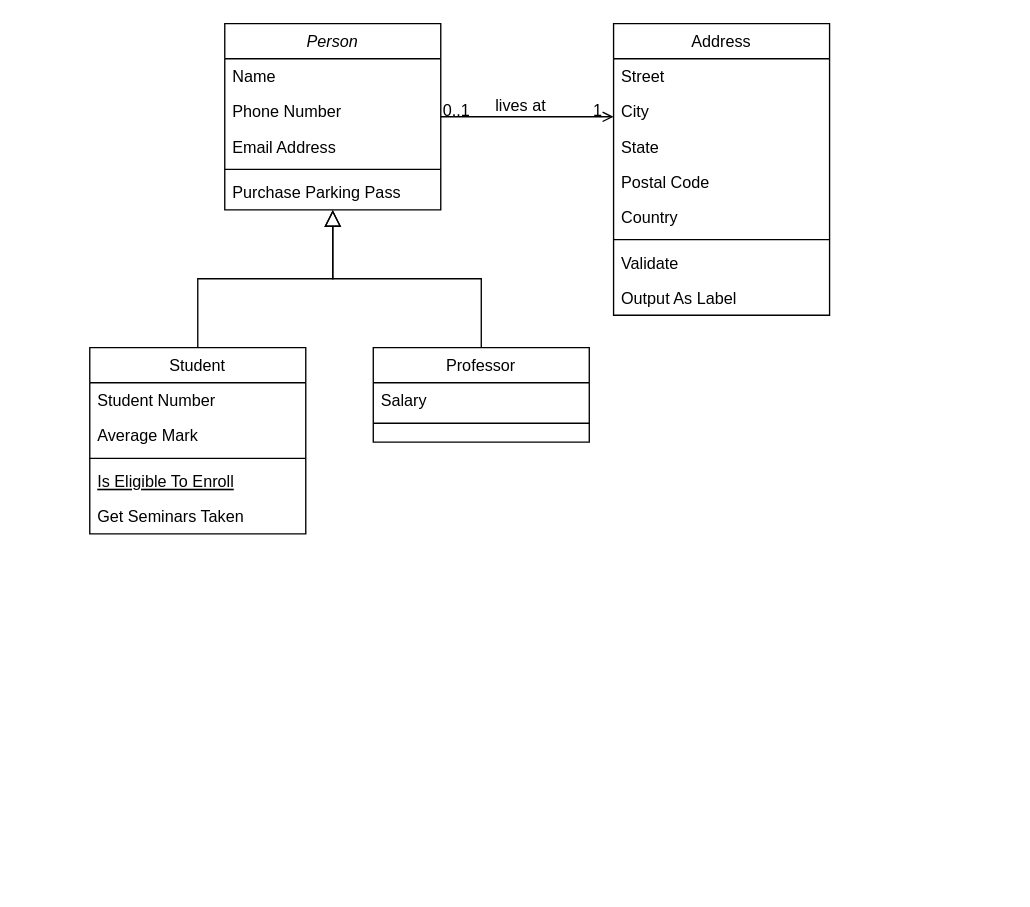
Above: sourcewetter.drawio in tetianaknyshenko/DataScience (draw.io), before the change. Source tidied: cells renumbered, new cells numbered last; positions are measured from the earlier drawing's top-left corner, leaving out a move shared by most shapes. Both pictures are drawn from the tidied source at 135%, with x=0, y=0 at pixel (89, 23).
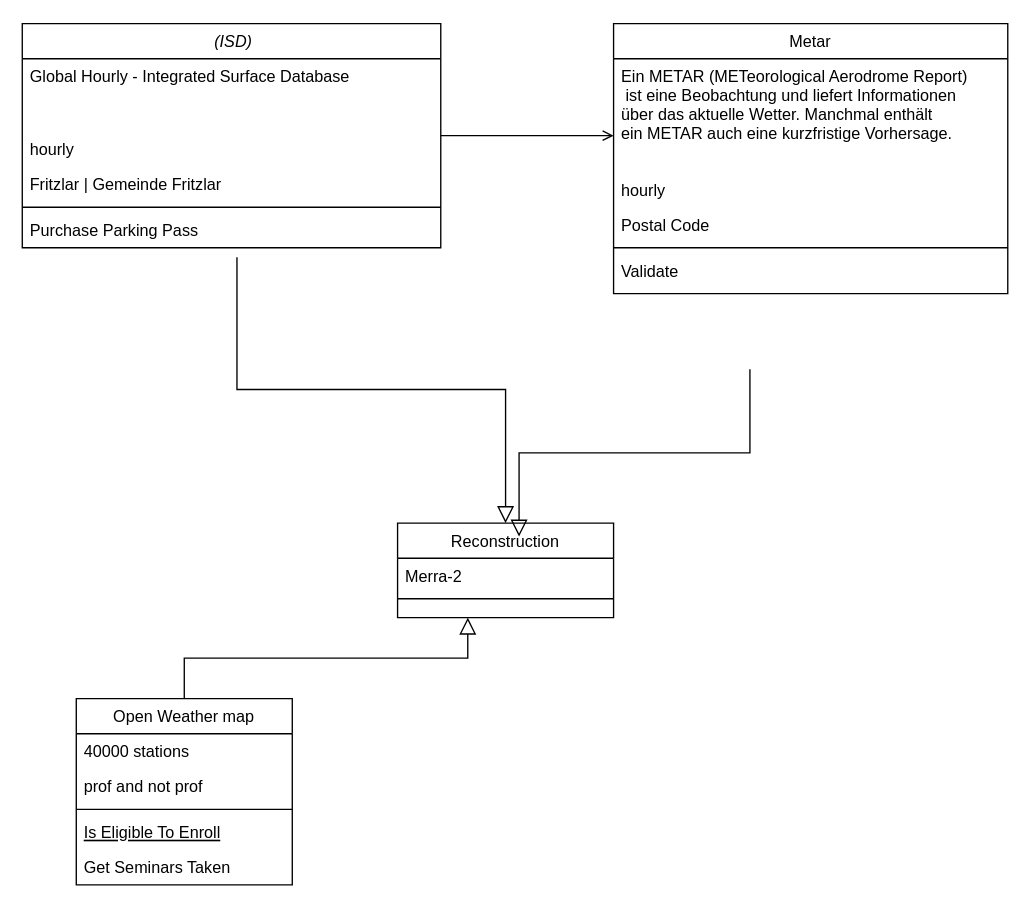
After the change.

Unchanged cells that the change refers to:
```xml
<mxCell id="28" style="endArrow=open;shadow=0;strokeWidth=1;rounded=0;endFill=1;edgeStyle=elbowEdgeStyle;elbow=vertical;" parent="1" edge="1" source="2" target="19">
  <mxGeometry x="0.5" y="41" relative="1" as="geometry">
    <mxPoint x="-40" y="32" as="offset" />
  </mxGeometry>
</mxCell>
```

Diff of the diagram source:
```diff
@@
-    <mxCell id="2" value="Person" style="swimlane;fontStyle=2;align=center;verticalAlign=top;horizontal=1;startSize=26;rounded=0;shadow=0;strokeWidth=1;" parent="1" vertex="1">
-      <mxGeometry x="100" width="160" height="138" as="geometry" />
+    <mxCell id="2" value=" (ISD)" style="swimlane;fontStyle=2;align=center;verticalAlign=top;horizontal=1;startSize=26;rounded=0;shadow=0;strokeWidth=1;" parent="1" vertex="1">
+      <mxGeometry x="-50" width="310" height="166" as="geometry" />
     </mxCell>
-    <mxCell id="3" value="Name" style="text;align=left;verticalAlign=top;spacingLeft=4;spacingRight=4;overflow=hidden;" parent="2" vertex="1">
-      <mxGeometry y="26" width="160" height="26" as="geometry" />
+    <mxCell id="3" value="Global Hourly - Integrated Surface Database" style="text;align=left;verticalAlign=top;spacingLeft=4;spacingRight=4;overflow=hidden;" parent="2" vertex="1">
+      <mxGeometry y="26" width="310" height="54" as="geometry" />
     </mxCell>
-    <mxCell id="4" value="Phone Number" style="text;align=left;verticalAlign=top;spacingLeft=4;spacingRight=4;overflow=hidden;rounded=0;shadow=0;html=0;" parent="2" vertex="1">
-      <mxGeometry y="52" width="160" height="26" as="geometry" />
+    <mxCell id="4" value="hourly" style="text;align=left;verticalAlign=top;spacingLeft=4;spacingRight=4;overflow=hidden;rounded=0;shadow=0;html=0;" parent="2" vertex="1">
+      <mxGeometry y="80" width="310" height="26" as="geometry" />
     </mxCell>
-    <mxCell id="5" value="Email Address" style="text;align=left;verticalAlign=top;spacingLeft=4;spacingRight=4;overflow=hidden;rounded=0;shadow=0;html=0;" parent="2" vertex="1">
-      <mxGeometry y="78" width="160" height="26" as="geometry" />
+    <mxCell id="5" value="Fritzlar | Gemeinde Fritzlar" style="text;align=left;verticalAlign=top;spacingLeft=4;spacingRight=4;overflow=hidden;rounded=0;shadow=0;html=0;" parent="2" vertex="1">
+      <mxGeometry y="106" width="310" height="26" as="geometry" />
     </mxCell>
     <mxCell id="6" style="line;html=1;strokeWidth=1;align=left;verticalAlign=middle;spacingTop=-1;spacingLeft=3;spacingRight=3;labelPosition=right;" parent="2" vertex="1">
-      <mxGeometry y="104" width="160" height="8" as="geometry" />
+      <mxGeometry y="132" width="310" height="8" as="geometry" />
     </mxCell>
     <mxCell id="7" value="Purchase Parking Pass" style="text;align=left;verticalAlign=top;spacingLeft=4;spacingRight=4;overflow=hidden;points=[[0,0.5],[1,0.5]];portConstraint=eastwest;" parent="2" vertex="1">
-      <mxGeometry y="112" width="160" height="26" as="geometry" />
+      <mxGeometry y="140" width="310" height="26" as="geometry" />
     </mxCell>
-    <mxCell id="8" value="Student" style="swimlane;fontStyle=0;align=center;verticalAlign=top;horizontal=1;startSize=26;rounded=0;shadow=0;strokeWidth=1;" parent="1" vertex="1">
-      <mxGeometry y="240" width="160" height="138" as="geometry" />
+    <mxCell id="8" value="Open Weather map" style="swimlane;fontStyle=0;align=center;verticalAlign=top;horizontal=1;startSize=26;rounded=0;shadow=0;strokeWidth=1;" parent="1" vertex="1">
+      <mxGeometry x="-10" y="500" width="160" height="138" as="geometry" />
     </mxCell>
-    <mxCell id="9" value="Student Number" style="text;align=left;verticalAlign=top;spacingLeft=4;spacingRight=4;overflow=hidden;" parent="8" vertex="1">
+    <mxCell id="9" value="40000 stations" style="text;align=left;verticalAlign=top;spacingLeft=4;spacingRight=4;overflow=hidden;" parent="8" vertex="1">
       <mxGeometry y="26" width="160" height="26" as="geometry" />
     </mxCell>
-    <mxCell id="10" value="Average Mark" style="text;align=left;verticalAlign=top;spacingLeft=4;spacingRight=4;overflow=hidden;rounded=0;shadow=0;html=0;" parent="8" vertex="1">
+    <mxCell id="10" value="prof and not prof" style="text;align=left;verticalAlign=top;spacingLeft=4;spacingRight=4;overflow=hidden;rounded=0;shadow=0;html=0;" parent="8" vertex="1">
       <mxGeometry y="52" width="160" height="26" as="geometry" />
     </mxCell>
@@
-    <mxCell id="14" style="endArrow=block;endSize=10;endFill=0;shadow=0;strokeWidth=1;rounded=0;edgeStyle=elbowEdgeStyle;elbow=vertical;" parent="1" edge="1" source="8" target="2">
-      <mxGeometry relative="1" as="geometry" />
+    <mxCell id="14" style="endArrow=block;endSize=10;endFill=0;shadow=0;strokeWidth=1;rounded=0;edgeStyle=elbowEdgeStyle;elbow=vertical;" parent="1" edge="1" source="8">
+      <mxGeometry relative="1" as="geometry">
+        <mxPoint x="280" y="440" as="targetPoint" />
+      </mxGeometry>
     </mxCell>
-    <mxCell id="15" value="Professor" style="swimlane;fontStyle=0;align=center;verticalAlign=top;horizontal=1;startSize=26;rounded=0;shadow=0;strokeWidth=1;" parent="1" vertex="1">
-      <mxGeometry x="210" y="240" width="160" height="70" as="geometry" />
+    <mxCell id="15" value="Reconstruction" style="swimlane;fontStyle=0;align=center;verticalAlign=top;horizontal=1;startSize=26;rounded=0;shadow=0;strokeWidth=1;" parent="1" vertex="1">
+      <mxGeometry x="228" y="370" width="160" height="70" as="geometry" />
     </mxCell>
-    <mxCell id="16" value="Salary" style="text;align=left;verticalAlign=top;spacingLeft=4;spacingRight=4;overflow=hidden;" parent="15" vertex="1">
+    <mxCell id="16" value="Merra-2" style="text;align=left;verticalAlign=top;spacingLeft=4;spacingRight=4;overflow=hidden;" parent="15" vertex="1">
       <mxGeometry y="26" width="160" height="26" as="geometry" />
     </mxCell>
@@
-    <mxCell id="18" style="endArrow=block;endSize=10;endFill=0;shadow=0;strokeWidth=1;rounded=0;edgeStyle=elbowEdgeStyle;elbow=vertical;" parent="1" edge="1" source="15" target="2">
+    <mxCell id="18" style="endArrow=block;endSize=10;endFill=0;shadow=0;strokeWidth=1;rounded=0;edgeStyle=elbowEdgeStyle;elbow=vertical;exitX=0.513;exitY=1.269;exitDx=0;exitDy=0;exitPerimeter=0;" parent="1" edge="1" source="7" target="15">
       <mxGeometry relative="1" as="geometry" />
     </mxCell>
-    <mxCell id="19" value="Address" style="swimlane;fontStyle=0;align=center;verticalAlign=top;horizontal=1;startSize=26;rounded=0;shadow=0;strokeWidth=1;" parent="1" vertex="1">
-      <mxGeometry x="388" width="160" height="216" as="geometry" />
+    <mxCell id="19" value="Metar" style="swimlane;fontStyle=0;align=center;verticalAlign=top;horizontal=1;startSize=26;rounded=0;shadow=0;strokeWidth=1;" parent="1" vertex="1">
+      <mxGeometry x="388" width="292" height="200" as="geometry" />
     </mxCell>
-    <mxCell id="20" value="Street" style="text;align=left;verticalAlign=top;spacingLeft=4;spacingRight=4;overflow=hidden;" parent="19" vertex="1">
-      <mxGeometry y="26" width="160" height="26" as="geometry" />
+    <mxCell id="20" value="Ein METAR (METeorological Aerodrome Report)&#10; ist eine Beobachtung und liefert Informationen &#10;über das aktuelle Wetter. Manchmal enthält &#10;ein METAR auch eine kurzfristige Vorhersage. " style="text;align=left;verticalAlign=top;spacingLeft=4;spacingRight=4;overflow=hidden;" parent="19" vertex="1">
+      <mxGeometry y="26" width="292" height="84" as="geometry" />
     </mxCell>
-    <mxCell id="21" value="City" style="text;align=left;verticalAlign=top;spacingLeft=4;spacingRight=4;overflow=hidden;rounded=0;shadow=0;html=0;" parent="19" vertex="1">
-      <mxGeometry y="52" width="160" height="26" as="geometry" />
-    </mxCell>
-    <mxCell id="22" value="State" style="text;align=left;verticalAlign=top;spacingLeft=4;spacingRight=4;overflow=hidden;rounded=0;shadow=0;html=0;" parent="19" vertex="1">
-      <mxGeometry y="78" width="160" height="26" as="geometry" />
+    <mxCell id="22" value="hourly" style="text;align=left;verticalAlign=top;spacingLeft=4;spacingRight=4;overflow=hidden;rounded=0;shadow=0;html=0;" parent="19" vertex="1">
+      <mxGeometry y="110" width="292" height="26" as="geometry" />
     </mxCell>
     <mxCell id="23" value="Postal Code" style="text;align=left;verticalAlign=top;spacingLeft=4;spacingRight=4;overflow=hidden;rounded=0;shadow=0;html=0;" parent="19" vertex="1">
-      <mxGeometry y="104" width="160" height="26" as="geometry" />
+      <mxGeometry y="136" width="292" height="26" as="geometry" />
     </mxCell>
-    <mxCell id="24" value="Country" style="text;align=left;verticalAlign=top;spacingLeft=4;spacingRight=4;overflow=hidden;rounded=0;shadow=0;html=0;" parent="19" vertex="1">
-      <mxGeometry y="130" width="160" height="26" as="geometry" />
-    </mxCell>
     <mxCell id="25" style="line;html=1;strokeWidth=1;align=left;verticalAlign=middle;spacingTop=-1;spacingLeft=3;spacingRight=3;labelPosition=right;" parent="19" vertex="1">
-      <mxGeometry y="156" width="160" height="8" as="geometry" />
+      <mxGeometry y="162" width="292" height="8" as="geometry" />
     </mxCell>
     <mxCell id="26" value="Validate" style="text;align=left;verticalAlign=top;spacingLeft=4;spacingRight=4;overflow=hidden;" parent="19" vertex="1">
-      <mxGeometry y="164" width="160" height="26" as="geometry" />
+      <mxGeometry y="170" width="292" height="26" as="geometry" />
     </mxCell>
-    <mxCell id="27" value="Output As Label" style="text;align=left;verticalAlign=top;spacingLeft=4;spacingRight=4;overflow=hidden;" parent="19" vertex="1">
-      <mxGeometry y="190" width="160" height="26" as="geometry" />
-    </mxCell>
@@
-    <mxCell id="29" value="0..1" style="align=left;verticalAlign=bottom;labelBackgroundColor=none;fontSize=12;" parent="28" vertex="1">
-      <mxGeometry x="-1" relative="1" as="geometry">
-        <mxPoint y="4" as="offset" />
-      </mxGeometry>
-    </mxCell>
-    <mxCell id="30" value="1" style="align=right;verticalAlign=bottom;labelBackgroundColor=none;fontSize=12;" parent="28" vertex="1">
-      <mxGeometry x="1" relative="1" as="geometry">
-        <mxPoint x="-7" y="4" as="offset" />
-      </mxGeometry>
-    </mxCell>
-    <mxCell id="31" value="lives at" style="text;html=1;align=center;verticalAlign=middle;labelBackgroundColor=none;rounded=0;shadow=0;strokeWidth=1;fontSize=12;" parent="28" vertex="1">
-      <mxGeometry x="0.5" y="49" relative="1" as="geometry">
-        <mxPoint x="-38" y="40" as="offset" />
-      </mxGeometry>
-    </mxCell>
+    <mxCell id="32" style="endArrow=block;endSize=10;endFill=0;shadow=0;strokeWidth=1;rounded=0;edgeStyle=elbowEdgeStyle;elbow=vertical;exitX=0.346;exitY=1.308;exitDx=0;exitDy=0;exitPerimeter=0;" parent="1" edge="1">
+      <mxGeometry relative="1" as="geometry">
+        <mxPoint x="489" y="256" as="sourcePoint" />
+        <mxPoint x="318" y="380" as="targetPoint" />
+      </mxGeometry>
+    </mxCell>
```
